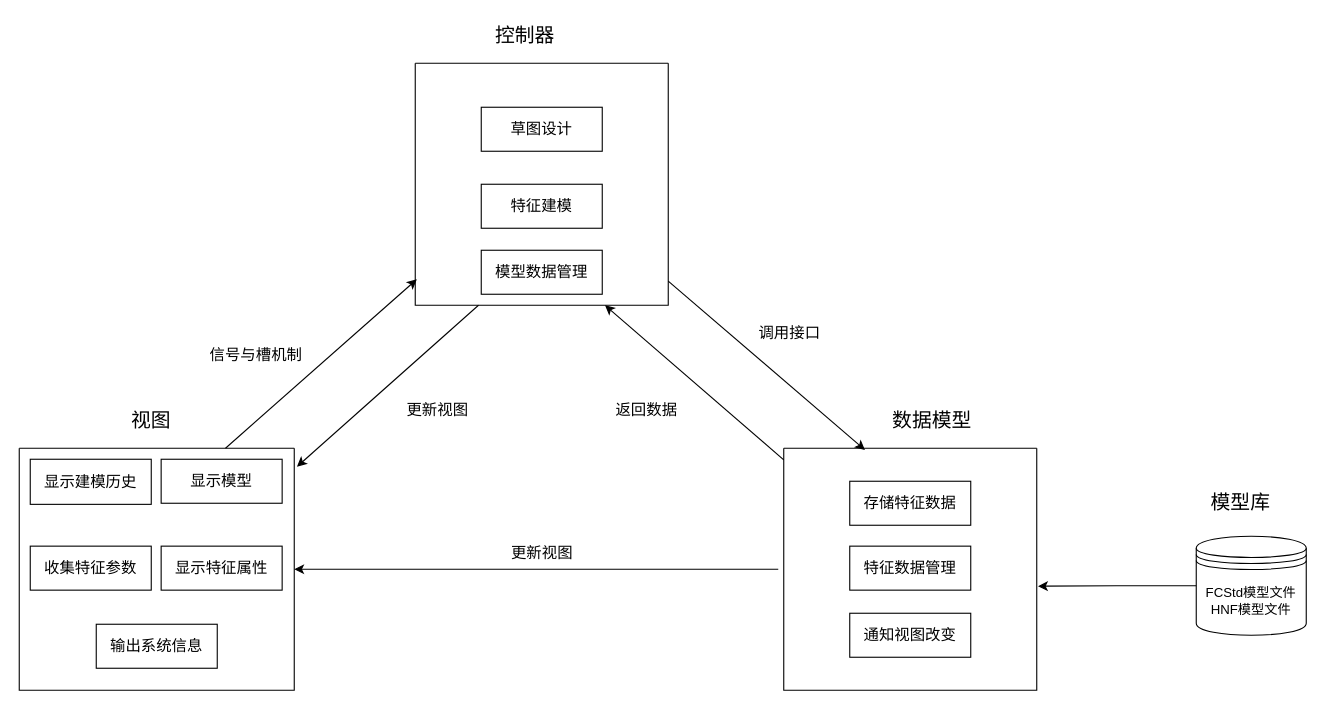
liuhuliuhu123/First-test keeps this draw.io diagram as MVC简单.drawio. Above is the earlier version. Source tidied: cells renumbered, new cells numbered last; positions are measured from the earlier drawing's top-left corner, leaving out a move shared by most shapes. Both pictures are drawn from the tidied source at 110%, with x=0, y=0 at pixel (19, 19).
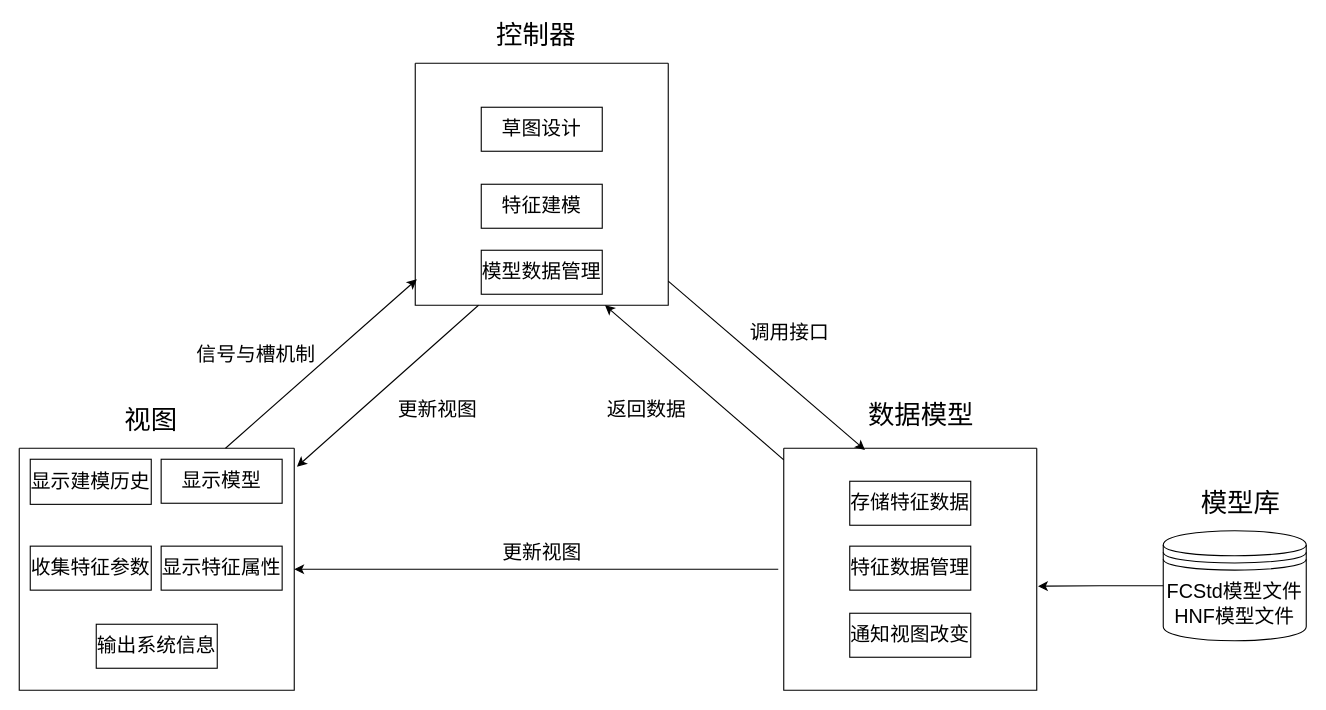
The same page after the edit.

The change refers to these unchanged cells:
```xml
<mxCell id="12" style="swimlane;startSize=0;" parent="1" vertex="1">
  <mxGeometry y="390" width="250" height="220" as="geometry" />
</mxCell>
<mxCell id="18" style="swimlane;startSize=0;" parent="1" vertex="1">
  <mxGeometry x="695" y="390" width="230" height="220" as="geometry" />
</mxCell>
<mxCell id="22" style="swimlane;startSize=0;" parent="1" vertex="1">
  <mxGeometry x="360" y="40" width="230" height="220" as="geometry" />
</mxCell>
```

Change to the diagram source:
```diff
@@
-    <mxCell id="2" value="&lt;font style=&quot;font-size: 18px;&quot;&gt;视图&lt;/font&gt;" style="text;html=1;strokeColor=none;fillColor=none;align=center;verticalAlign=middle;whiteSpace=wrap;rounded=0;" parent="1" vertex="1">
+    <mxCell id="2" value="&lt;font style=&quot;font-size: 24px;&quot;&gt;视图&lt;/font&gt;" style="text;html=1;strokeColor=none;fillColor=none;align=center;verticalAlign=middle;whiteSpace=wrap;rounded=0;" parent="1" vertex="1">
       <mxGeometry x="90" y="350" width="60" height="30" as="geometry" />
     </mxCell>
-    <mxCell id="3" value="&lt;font style=&quot;font-size: 18px;&quot;&gt;数据模型&lt;/font&gt;" style="text;html=1;strokeColor=none;fillColor=none;align=center;verticalAlign=middle;whiteSpace=wrap;rounded=0;" parent="1" vertex="1">
-      <mxGeometry x="770" y="350" width="120" height="30" as="geometry" />
+    <mxCell id="3" value="&lt;font style=&quot;font-size: 24px;&quot;&gt;数据模型&lt;/font&gt;" style="text;html=1;strokeColor=none;fillColor=none;align=center;verticalAlign=middle;whiteSpace=wrap;rounded=0;" parent="1" vertex="1">
+      <mxGeometry x="760" y="345" width="120" height="30" as="geometry" />
     </mxCell>
-    <mxCell id="4" value="&lt;font style=&quot;font-size: 18px;&quot;&gt;控制器&lt;/font&gt;" style="text;html=1;strokeColor=none;fillColor=none;align=center;verticalAlign=middle;whiteSpace=wrap;rounded=0;" parent="1" vertex="1">
-      <mxGeometry x="430" width="60" height="30" as="geometry" />
+    <mxCell id="4" value="&lt;font style=&quot;font-size: 24px;&quot;&gt;控制器&lt;/font&gt;" style="text;html=1;strokeColor=none;fillColor=none;align=center;verticalAlign=middle;whiteSpace=wrap;rounded=0;" parent="1" vertex="1">
+      <mxGeometry x="430" width="80" height="30" as="geometry" />
     </mxCell>
-    <mxCell id="5" value="FCStd模型文件&lt;br&gt;HNF模型文件" style="shape=datastore;whiteSpace=wrap;html=1;" parent="1" vertex="1">
-      <mxGeometry x="1070" y="470" width="100" height="90" as="geometry" />
+    <mxCell id="5" value="&lt;font style=&quot;font-size: 18px;&quot;&gt;FCStd模型文件&lt;br&gt;HNF模型文件&lt;/font&gt;" style="shape=datastore;whiteSpace=wrap;html=1;" parent="1" vertex="1">
+      <mxGeometry x="1040" y="465" width="130" height="100" as="geometry" />
     </mxCell>
-    <mxCell id="6" value="&lt;font style=&quot;font-size: 18px;&quot;&gt;模型库&lt;/font&gt;" style="text;html=1;align=center;verticalAlign=middle;strokeColor=none;fillColor=none;" parent="1" vertex="1">
-      <mxGeometry x="1070" y="420" width="80" height="40" as="geometry" />
+    <mxCell id="6" value="&lt;font style=&quot;font-size: 24px;&quot;&gt;模型库&lt;/font&gt;" style="text;html=1;align=center;verticalAlign=middle;strokeColor=none;fillColor=none;" parent="1" vertex="1">
+      <mxGeometry x="1060" y="420" width="100" height="40" as="geometry" />
     </mxCell>
-    <mxCell id="7" value="&lt;font style=&quot;font-size: 14px;&quot;&gt;更新视图&lt;/font&gt;" style="text;html=1;align=center;verticalAlign=middle;strokeColor=none;fillColor=none;" parent="1" vertex="1">
-      <mxGeometry x="340" y="340" width="80" height="30" as="geometry" />
+    <mxCell id="7" value="&lt;font style=&quot;font-size: 18px;&quot;&gt;更新视图&lt;/font&gt;" style="text;html=1;align=center;verticalAlign=middle;strokeColor=none;fillColor=none;" parent="1" vertex="1">
+      <mxGeometry x="330" y="335" width="100" height="40" as="geometry" />
     </mxCell>
-    <mxCell id="8" value="&lt;font style=&quot;font-size: 14px;&quot;&gt;信号与槽机制&lt;/font&gt;" style="text;html=1;align=center;verticalAlign=middle;strokeColor=none;fillColor=none;" parent="1" vertex="1">
-      <mxGeometry x="160" y="290" width="110" height="30" as="geometry" />
+    <mxCell id="8" value="&lt;font style=&quot;font-size: 18px;&quot;&gt;信号与槽机制&lt;/font&gt;" style="text;html=1;align=center;verticalAlign=middle;strokeColor=none;fillColor=none;" parent="1" vertex="1">
+      <mxGeometry x="150" y="285" width="130" height="40" as="geometry" />
     </mxCell>
-    <mxCell id="9" value="&lt;font style=&quot;font-size: 14px;&quot;&gt;更新视图&lt;/font&gt;" style="text;html=1;align=center;verticalAlign=middle;strokeColor=none;fillColor=none;" parent="1" vertex="1">
-      <mxGeometry x="435" y="470" width="80" height="30" as="geometry" />
+    <mxCell id="9" value="&lt;font style=&quot;font-size: 18px;&quot;&gt;更新视图&lt;/font&gt;" style="text;html=1;align=center;verticalAlign=middle;strokeColor=none;fillColor=none;" parent="1" vertex="1">
+      <mxGeometry x="425" y="465" width="100" height="40" as="geometry" />
     </mxCell>
-    <mxCell id="10" value="&lt;font style=&quot;font-size: 14px;&quot;&gt;调用接口&lt;/font&gt;" style="text;html=1;align=center;verticalAlign=middle;strokeColor=none;fillColor=none;" parent="1" vertex="1">
-      <mxGeometry x="660" y="270" width="80" height="30" as="geometry" />
+    <mxCell id="10" value="&lt;font style=&quot;font-size: 18px;&quot;&gt;调用接口&lt;/font&gt;" style="text;html=1;align=center;verticalAlign=middle;strokeColor=none;fillColor=none;" parent="1" vertex="1">
+      <mxGeometry x="650" y="265" width="100" height="40" as="geometry" />
     </mxCell>
-    <mxCell id="11" value="&lt;font style=&quot;font-size: 14px;&quot;&gt;返回数据&lt;/font&gt;" style="text;html=1;align=center;verticalAlign=middle;strokeColor=none;fillColor=none;" parent="1" vertex="1">
-      <mxGeometry x="530" y="340" width="80" height="30" as="geometry" />
+    <mxCell id="11" value="&lt;font style=&quot;font-size: 18px;&quot;&gt;返回数据&lt;/font&gt;" style="text;html=1;align=center;verticalAlign=middle;strokeColor=none;fillColor=none;" parent="1" vertex="1">
+      <mxGeometry x="520" y="335" width="100" height="40" as="geometry" />
     </mxCell>
@@
-    <mxCell id="13" value="&lt;font style=&quot;font-size: 14px;&quot;&gt;显示模型&lt;/font&gt;" style="rounded=0;whiteSpace=wrap;html=1;" parent="12" vertex="1">
+    <mxCell id="13" value="&lt;font style=&quot;font-size: 18px;&quot;&gt;显示模型&lt;/font&gt;" style="rounded=0;whiteSpace=wrap;html=1;" parent="12" vertex="1">
       <mxGeometry x="129" y="10" width="110" height="40" as="geometry" />
     </mxCell>
-    <mxCell id="14" value="&lt;font style=&quot;font-size: 14px;&quot;&gt;显示建模历史&lt;/font&gt;" style="rounded=0;whiteSpace=wrap;html=1;" parent="12" vertex="1">
+    <mxCell id="14" value="&lt;font style=&quot;font-size: 18px;&quot;&gt;显示建模历史&lt;/font&gt;" style="rounded=0;whiteSpace=wrap;html=1;" parent="12" vertex="1">
       <mxGeometry x="10" y="10" width="110" height="41" as="geometry" />
     </mxCell>
-    <mxCell id="15" value="&lt;font style=&quot;font-size: 14px;&quot;&gt;收集特征参数&lt;/font&gt;" style="rounded=0;whiteSpace=wrap;html=1;" parent="12" vertex="1">
+    <mxCell id="15" value="&lt;font style=&quot;font-size: 18px;&quot;&gt;收集特征参数&lt;/font&gt;" style="rounded=0;whiteSpace=wrap;html=1;" parent="12" vertex="1">
       <mxGeometry x="10" y="89" width="110" height="40" as="geometry" />
     </mxCell>
-    <mxCell id="16" value="&lt;span style=&quot;font-size: 14px;&quot;&gt;显示特征属性&lt;/span&gt;" style="rounded=0;whiteSpace=wrap;html=1;" parent="12" vertex="1">
+    <mxCell id="16" value="&lt;font style=&quot;font-size: 18px;&quot;&gt;显示特征属性&lt;/font&gt;" style="rounded=0;whiteSpace=wrap;html=1;" parent="12" vertex="1">
       <mxGeometry x="129" y="89" width="110" height="40" as="geometry" />
     </mxCell>
-    <mxCell id="17" value="&lt;font style=&quot;font-size: 14px;&quot;&gt;输出系统信息&lt;/font&gt;" style="rounded=0;whiteSpace=wrap;html=1;" parent="12" vertex="1">
+    <mxCell id="17" value="&lt;font style=&quot;font-size: 18px;&quot;&gt;输出系统信息&lt;/font&gt;" style="rounded=0;whiteSpace=wrap;html=1;" parent="12" vertex="1">
       <mxGeometry x="70" y="160" width="110" height="40" as="geometry" />
     </mxCell>
@@
-    <mxCell id="19" value="&lt;font style=&quot;font-size: 14px;&quot;&gt;存储特征数据&lt;/font&gt;" style="rounded=0;whiteSpace=wrap;html=1;" parent="18" vertex="1">
+    <mxCell id="19" value="&lt;font style=&quot;font-size: 18px;&quot;&gt;存储特征数据&lt;/font&gt;" style="rounded=0;whiteSpace=wrap;html=1;" parent="18" vertex="1">
       <mxGeometry x="60" y="30" width="110" height="40" as="geometry" />
     </mxCell>
-    <mxCell id="20" value="&lt;span style=&quot;font-size: 14px;&quot;&gt;通知视图改变&lt;/span&gt;" style="rounded=0;whiteSpace=wrap;html=1;" parent="18" vertex="1">
+    <mxCell id="20" value="&lt;font style=&quot;font-size: 18px;&quot;&gt;通知视图改变&lt;/font&gt;" style="rounded=0;whiteSpace=wrap;html=1;" parent="18" vertex="1">
       <mxGeometry x="60" y="150" width="110" height="40" as="geometry" />
     </mxCell>
-    <mxCell id="21" value="&lt;font style=&quot;font-size: 14px;&quot;&gt;特征数据管理&lt;/font&gt;" style="rounded=0;whiteSpace=wrap;html=1;" parent="18" vertex="1">
+    <mxCell id="21" value="&lt;font style=&quot;font-size: 18px;&quot;&gt;特征数据管理&lt;/font&gt;" style="rounded=0;whiteSpace=wrap;html=1;" parent="18" vertex="1">
       <mxGeometry x="60" y="89" width="110" height="40" as="geometry" />
     </mxCell>
@@
-    <mxCell id="23" value="&lt;font style=&quot;font-size: 14px;&quot;&gt;草图设计&lt;/font&gt;" style="rounded=0;whiteSpace=wrap;html=1;" parent="22" vertex="1">
+    <mxCell id="23" value="&lt;font style=&quot;font-size: 18px;&quot;&gt;草图设计&lt;/font&gt;" style="rounded=0;whiteSpace=wrap;html=1;" parent="22" vertex="1">
       <mxGeometry x="60" y="40" width="110" height="40" as="geometry" />
     </mxCell>
-    <mxCell id="24" value="&lt;font style=&quot;font-size: 14px;&quot;&gt;特征建模&lt;/font&gt;" style="rounded=0;whiteSpace=wrap;html=1;" parent="22" vertex="1">
+    <mxCell id="24" value="&lt;font style=&quot;font-size: 18px;&quot;&gt;特征建模&lt;/font&gt;" style="rounded=0;whiteSpace=wrap;html=1;" parent="22" vertex="1">
       <mxGeometry x="60" y="110" width="110" height="40" as="geometry" />
     </mxCell>
-    <mxCell id="25" value="&lt;font style=&quot;font-size: 14px;&quot;&gt;模型数据管理&lt;/font&gt;" style="rounded=0;whiteSpace=wrap;html=1;" parent="22" vertex="1">
+    <mxCell id="25" value="&lt;font style=&quot;font-size: 18px;&quot;&gt;模型数据管理&lt;/font&gt;" style="rounded=0;whiteSpace=wrap;html=1;" parent="22" vertex="1">
       <mxGeometry x="60" y="170" width="110" height="40" as="geometry" />
     </mxCell>
```
